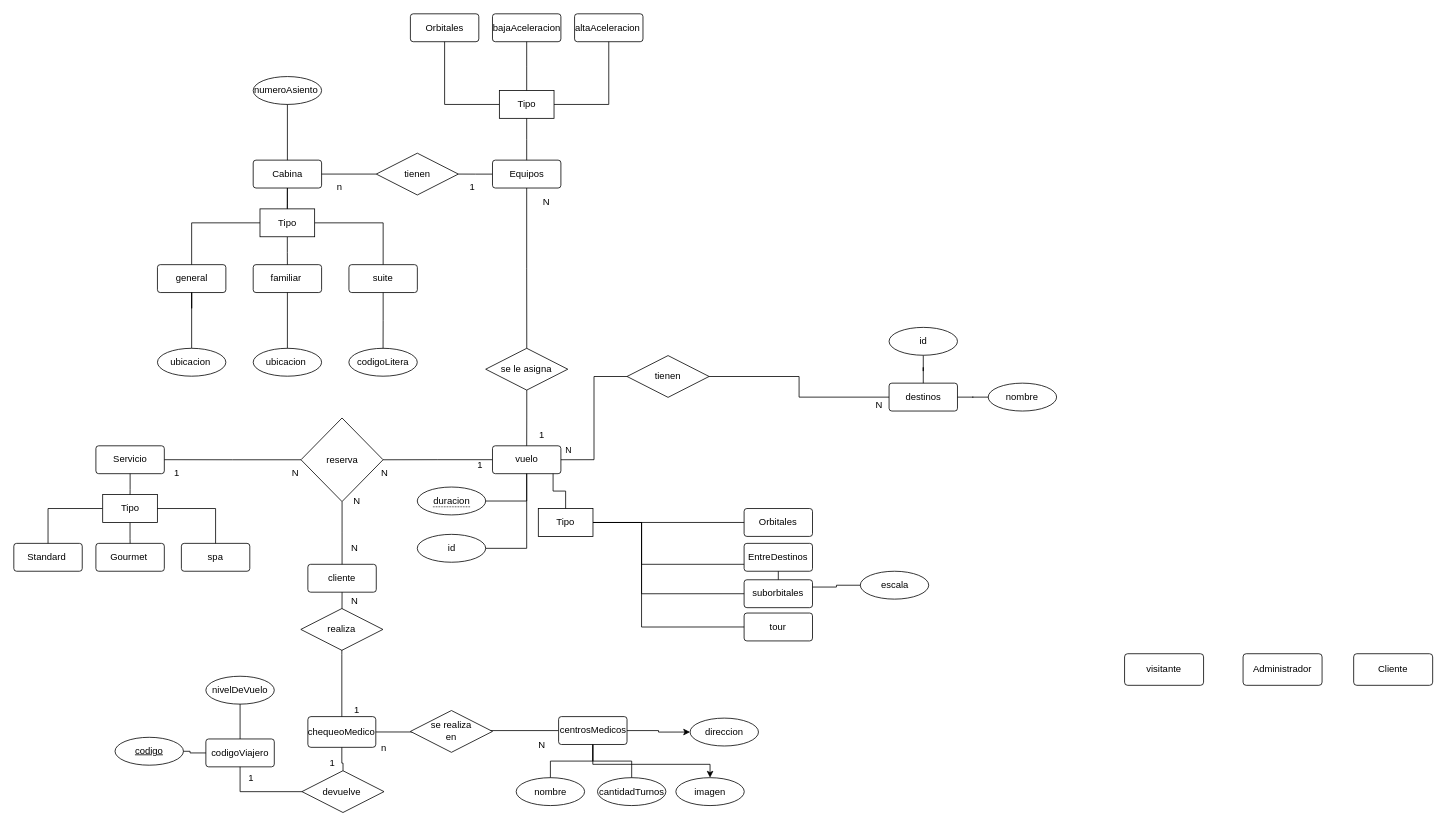
Saleck3/progra_web_2_2021_2C keeps this draw.io diagram as page "DER" (1 of 2) of base_datos/Esquema base de datos.drawio. Above is the earlier version. Source tidied: cells renumbered, new cells numbered last; positions are measured from the earlier drawing's top-left corner, leaving out a move shared by most shapes. Both pictures are drawn from the tidied source at 79%, with x=0, y=0 at pixel (13, 13).
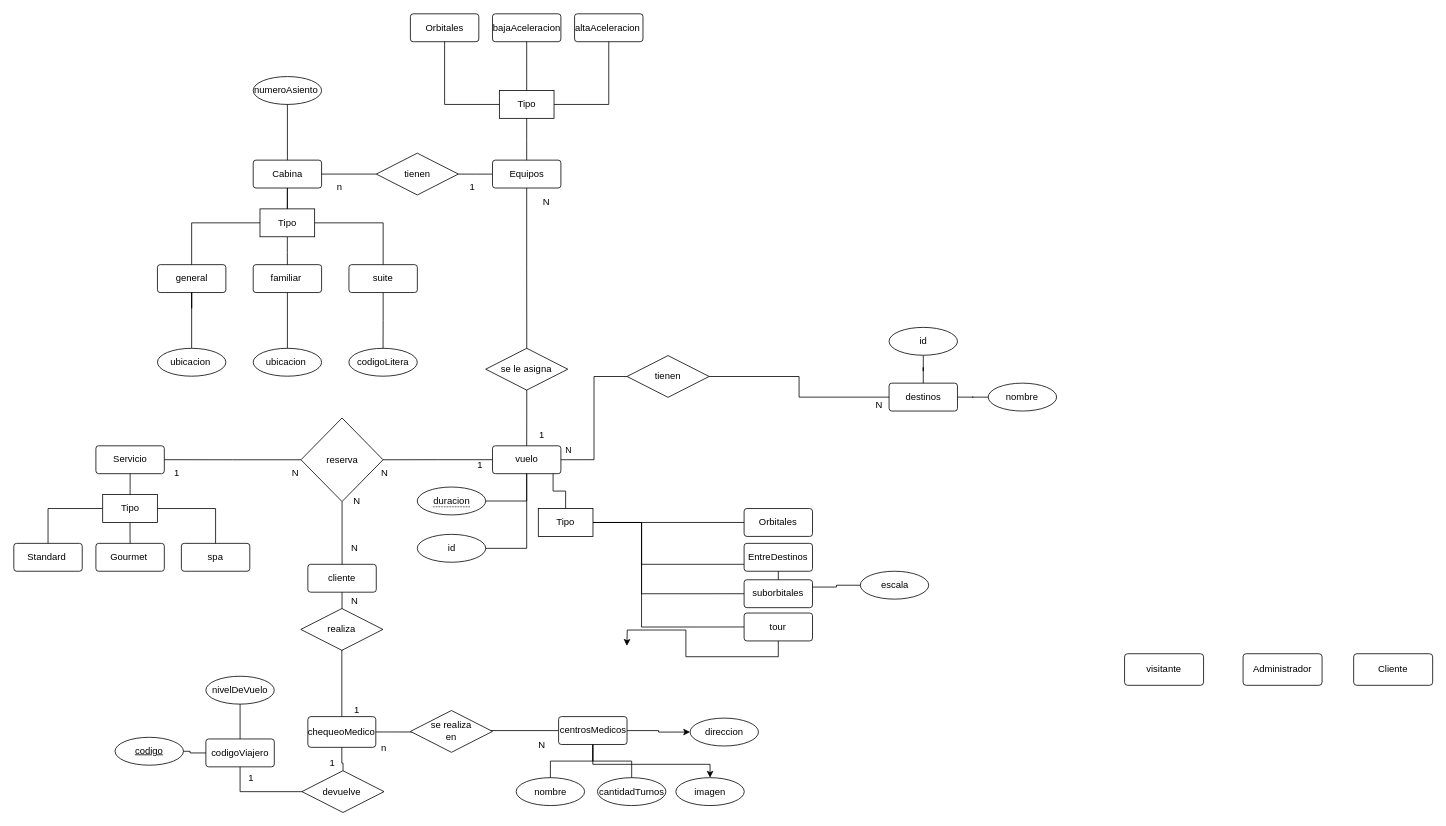
The same page after the edit.

Unchanged cells that the change refers to:
```xml
<mxCell id="84" value="tour" style="rounded=1;arcSize=10;whiteSpace=wrap;html=1;align=center;" parent="2" vertex="1">
  <mxGeometry x="924.4" y="758.5" width="86.6" height="35.3" as="geometry" />
</mxCell>
```

Change to the diagram source:
```diff
@@
+    <mxCell id="125" style="edgeStyle=orthogonalEdgeStyle;rounded=0;jettySize=auto;html=1;exitX=0.5;exitY=1;exitDx=0;exitDy=0;" parent="1" edge="1" source="84">
+      <mxGeometry relative="1" as="geometry">
+        <mxPoint x="776" y="800" as="targetPoint" />
+      </mxGeometry>
+    </mxCell>
```
